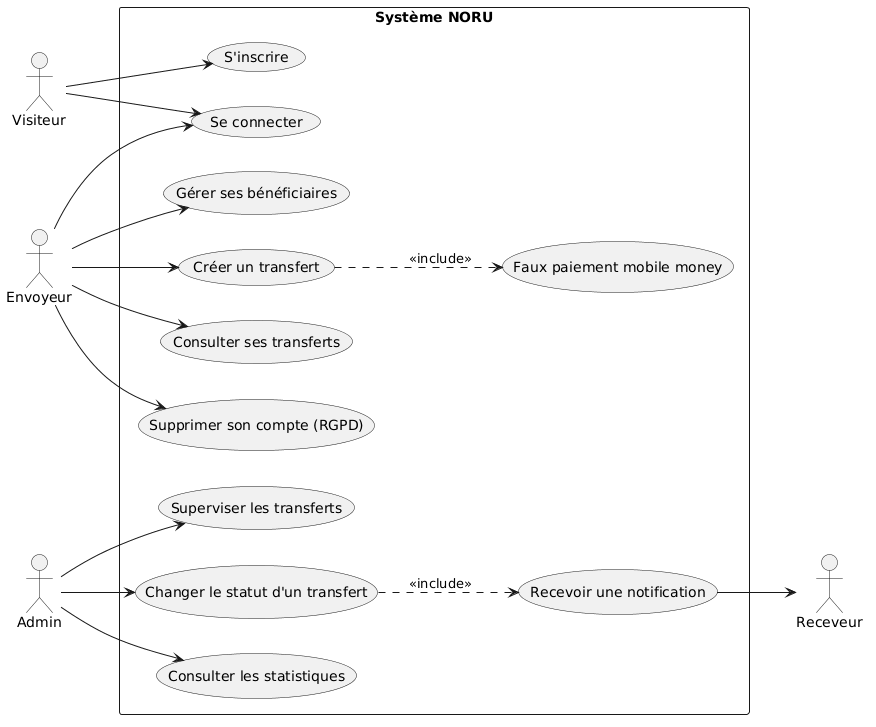
Before: docs/diagrams/img/1-cas-utilisation.png, a diagram exported from PlantUML (ABDULMVLICK/noru). Source of this version:
```plantuml
@startuml
left to right direction
skinparam packageStyle rectangle

actor "Visiteur" as V
actor "Envoyeur" as E
actor "Admin" as A
actor "Receveur" as R

rectangle "Système NORU" {
  usecase "S'inscrire" as UC1
  usecase "Se connecter" as UC2
  usecase "Gérer ses bénéficiaires" as UC3
  usecase "Créer un transfert" as UC4
  usecase "Faux paiement mobile money" as UC5
  usecase "Consulter ses transferts" as UC6
  usecase "Supprimer son compte (RGPD)" as UC7
  usecase "Superviser les transferts" as UC8
  usecase "Changer le statut d'un transfert" as UC9
  usecase "Consulter les statistiques" as UC10
  usecase "Recevoir une notification" as UC11
}

V --> UC1
V --> UC2
E --> UC2
E --> UC3
E --> UC4
E --> UC6
E --> UC7
UC4 ..> UC5 : <<include>>
UC9 ..> UC11 : <<include>>
A --> UC8
A --> UC9
A --> UC10
UC11 --> R
@enduml
```
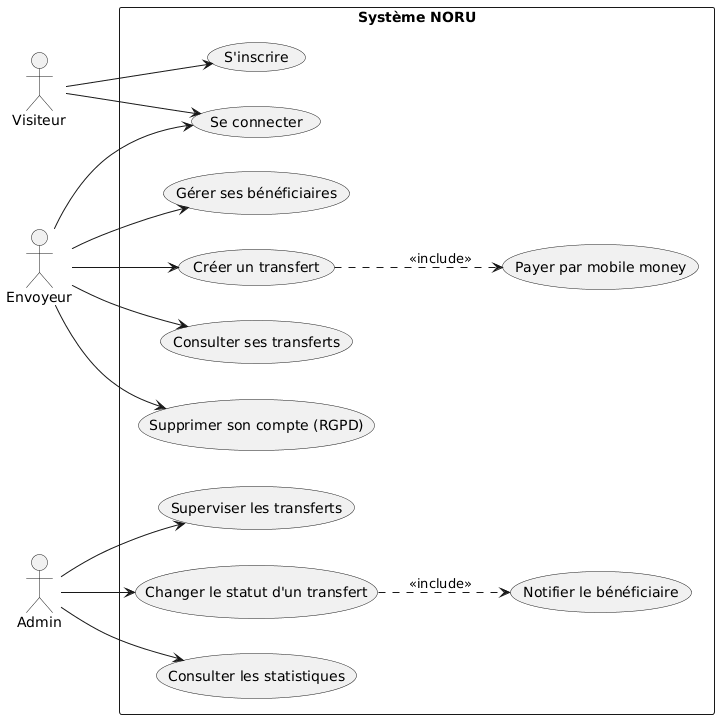
Above is the later version.

Commit message:
docs(uml): retire l'acteur Receveur, ajoute le MLD, renomme le paiement

Change to the diagram source:
```diff
@@ -5,20 +5,19 @@
 actor "Visiteur" as V
 actor "Envoyeur" as E
 actor "Admin" as A
-actor "Receveur" as R
 
 rectangle "Système NORU" {
   usecase "S'inscrire" as UC1
   usecase "Se connecter" as UC2
   usecase "Gérer ses bénéficiaires" as UC3
   usecase "Créer un transfert" as UC4
-  usecase "Faux paiement mobile money" as UC5
+  usecase "Payer par mobile money" as UC5
   usecase "Consulter ses transferts" as UC6
   usecase "Supprimer son compte (RGPD)" as UC7
   usecase "Superviser les transferts" as UC8
   usecase "Changer le statut d'un transfert" as UC9
   usecase "Consulter les statistiques" as UC10
-  usecase "Recevoir une notification" as UC11
+  usecase "Notifier le bénéficiaire" as UC11
 }
 
 V --> UC1
@@ -33,5 +32,4 @@
 A --> UC8
 A --> UC9
 A --> UC10
-UC11 --> R
 @enduml
```
